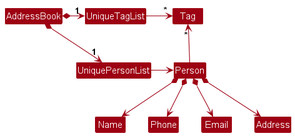
This is docs/images/BetterModelClassDiagram.png from nus-cs2103-AY2324S2/tp, a PlantUML export, as it was before one commit.
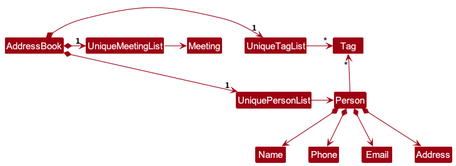
The same diagram one commit later.

Diff of the diagram source:
```diff
@@ -6,11 +6,13 @@
 
 AddressBook *-right-> "1" UniquePersonList
 AddressBook *-right-> "1" UniqueTagList
+AddressBook *-right-> "1" UniqueMeetingList
 UniqueTagList -[hidden]down- UniquePersonList
 UniqueTagList -[hidden]down- UniquePersonList
 
 UniqueTagList -right-> "*" Tag
 UniquePersonList -right-> Person
+UniqueMeetingList -right-> Meeting
 
 Person -up-> "*" Tag
 
```
